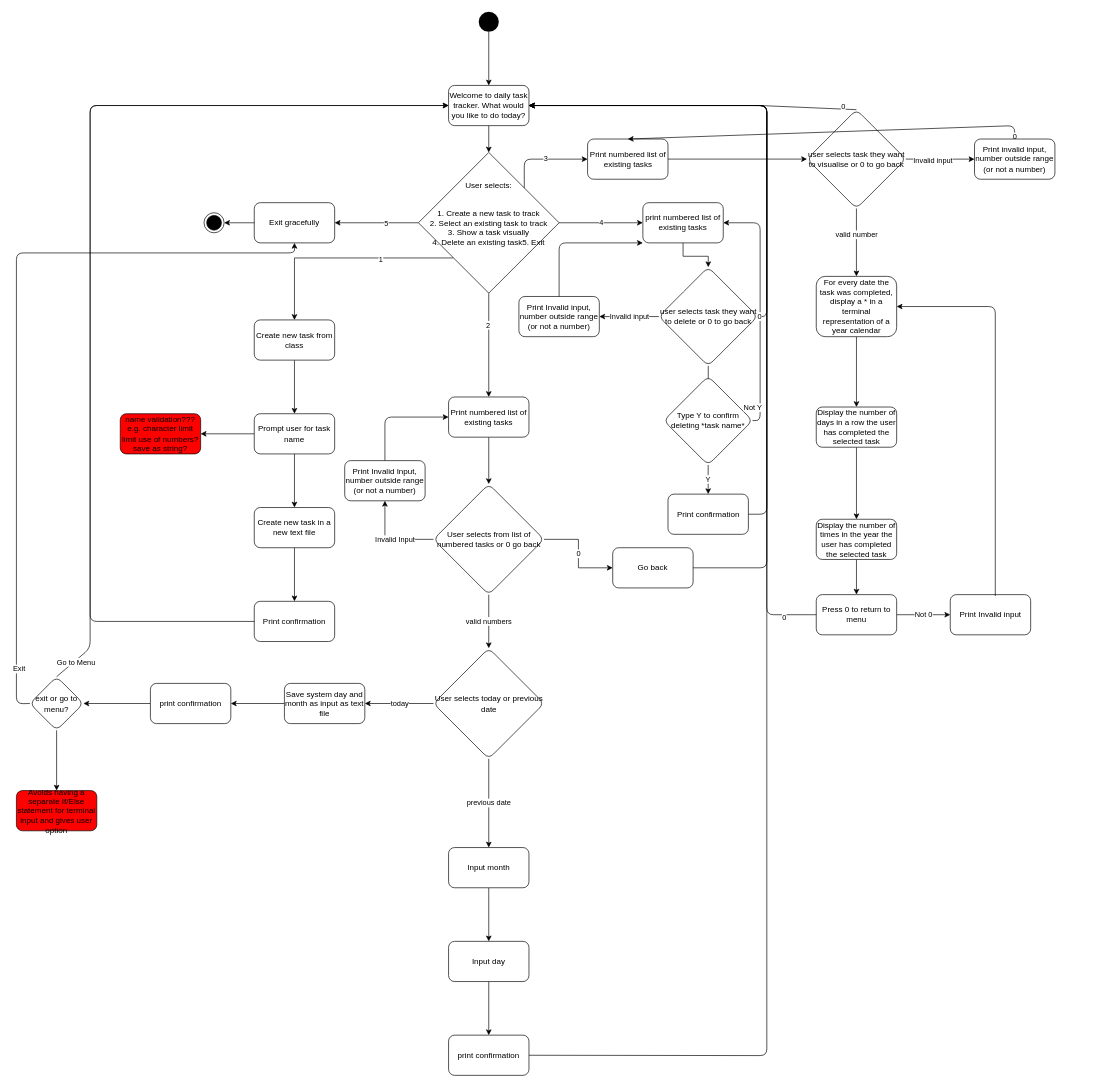
Earlier version of the draw.io diagram docs/terminal-app-control-flow.drawio (theandrewfulton/terminal-app). Source tidied: cells renumbered, new cells numbered last; positions are measured from the earlier drawing's top-left corner, leaving out a move shared by most shapes. Both pictures are drawn from the tidied source at 67%, with x=0, y=0 at pixel (16, 11).
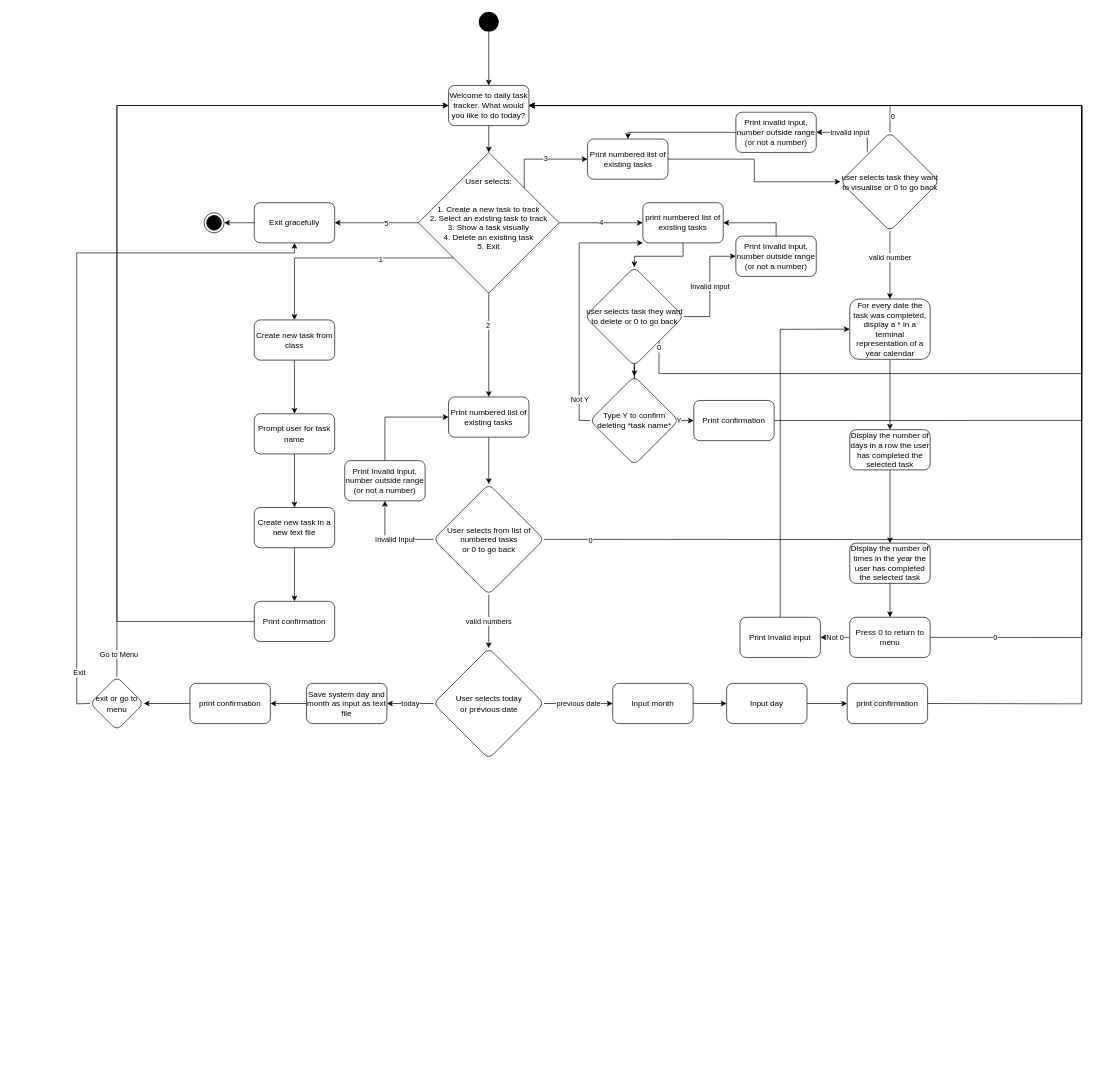
Above is the later version.

Commit message (it also covers changes not shown here):
add draft control flow diagram ready for feedback

Unchanged cells that the change refers to:
```xml
<mxCell id="10" value="Exit gracefully" style="whiteSpace=wrap;html=1;rounded=1;" parent="1" vertex="1">
  <mxGeometry x="355" y="285" width="120" height="60" as="geometry" />
</mxCell>
<mxCell id="14" value="print numbered list of existing tasks" style="whiteSpace=wrap;html=1;rounded=1;" parent="1" vertex="1">
  <mxGeometry x="935" y="285" width="120" height="60" as="geometry" />
</mxCell>
<mxCell id="16" value="Print numbered list of existing tasks" style="whiteSpace=wrap;html=1;rounded=1;" parent="1" vertex="1">
  <mxGeometry x="645" y="575" width="120" height="60" as="geometry" />
</mxCell>
<mxCell id="19" value="Welcome to daily task tracker. What would you like to do today?" style="rounded=1;whiteSpace=wrap;html=1;" parent="1" vertex="1">
  <mxGeometry x="645" y="110" width="120" height="60" as="geometry" />
</mxCell>
<mxCell id="25" value="Prompt user for task name" style="whiteSpace=wrap;html=1;rounded=1;" parent="1" vertex="1">
  <mxGeometry x="355" y="600" width="120" height="60" as="geometry" />
</mxCell>
<mxCell id="29" value="Print confirmation" style="whiteSpace=wrap;html=1;rounded=1;" parent="1" vertex="1">
  <mxGeometry x="355" y="880" width="120" height="60" as="geometry" />
</mxCell>
<mxCell id="38" value="Print Invalid Input, number outside range (or not a number)" style="whiteSpace=wrap;html=1;rounded=1;" parent="1" vertex="1">
  <mxGeometry x="490" y="670" width="120" height="60" as="geometry" />
</mxCell>
<mxCell id="73" value="Print numbered list of existing tasks" style="rounded=1;whiteSpace=wrap;html=1;fillColor=#ffffff;" parent="1" vertex="1">
  <mxGeometry x="852.5" y="190" width="120" height="60" as="geometry" />
</mxCell>
```

Change to the diagram source:
```diff
@@
-    <mxCell id="9" value="User selects:&#10;&#10;&#10;1. Create a new task to track&#10;2. Select an existing task to track&#10;3. Show a task visually&#10;4. Delete an existing task5. Exit&#10;&#10;" style="rhombus;" parent="1" vertex="1">
+    <mxCell id="9" value="User selects:&#10;&#10;&#10;1. Create a new task to track&#10;2. Select an existing task to track&#10;3. Show a task visually&#10;4. Delete an existing task&#10;5. Exit&#10;&#10;" style="rhombus;" parent="1" vertex="1">
       <mxGeometry x="600" y="210" width="210" height="210" as="geometry" />
     </mxCell>
@@
-    <mxCell id="23" style="edgeStyle=orthogonalEdgeStyle;rounded=0;jettySize=auto;html=1;" parent="1" edge="1" source="25" target="26">
-      <mxGeometry relative="1" as="geometry" />
-    </mxCell>
@@
-    <mxCell id="26" value="&lt;div&gt;name validation???&lt;/div&gt;&lt;div&gt;e.g. character limit&lt;br&gt;&lt;/div&gt;&lt;div&gt;limit use of numbers?&lt;/div&gt;&lt;div&gt;save as string?&lt;br&gt;&lt;/div&gt;" style="whiteSpace=wrap;html=1;rounded=1;fillColor=#FF0000;" parent="1" vertex="1">
-      <mxGeometry x="155" y="600" width="120" height="60" as="geometry" />
-    </mxCell>
@@
-    <mxCell id="30" style="endArrow=classic;html=1;exitX=0;exitY=0.5;exitDx=0;exitDy=0;entryX=0;entryY=0.5;entryDx=0;entryDy=0;" parent="1" edge="1" source="29" target="19">
+    <mxCell id="30" style="endArrow=classic;html=1;exitX=0;exitY=0.5;exitDx=0;exitDy=0;entryX=0;entryY=0.5;entryDx=0;entryDy=0;rounded=0;" parent="1" edge="1" source="29" target="19">
       <mxGeometry relative="1" as="geometry">
         <Array as="points">
-          <mxPoint x="110" y="910" />
-          <mxPoint x="110" y="140" />
+          <mxPoint x="150" y="910" />
+          <mxPoint x="150" y="140" />
         </Array>
       </mxGeometry>
     </mxCell>
-    <mxCell id="31" value="0" style="edgeStyle=orthogonalEdgeStyle;rounded=0;jettySize=auto;html=1;" parent="1" edge="1" source="35" target="36">
-      <mxGeometry relative="1" as="geometry" />
-    </mxCell>
@@
-    <mxCell id="35" value="User selects from list of numbered tasks or 0 go back" style="rhombus;whiteSpace=wrap;html=1;rounded=1;" parent="1" vertex="1">
+    <mxCell id="35" value="&lt;div&gt;User selects from list of numbered tasks&lt;/div&gt;&lt;div&gt;or 0 to go back&lt;/div&gt;" style="rhombus;whiteSpace=wrap;html=1;rounded=1;" parent="1" vertex="1">
       <mxGeometry x="622.5" y="705" width="165" height="165" as="geometry" />
     </mxCell>
-    <mxCell id="36" value="Go back" style="whiteSpace=wrap;html=1;rounded=1;" parent="1" vertex="1">
-      <mxGeometry x="890" y="800" width="120" height="60" as="geometry" />
-    </mxCell>
-    <mxCell id="37" style="endArrow=classic;html=1;exitX=1;exitY=0.5;exitDx=0;exitDy=0;entryX=1;entryY=0.5;entryDx=0;entryDy=0;" parent="1" edge="1" source="36" target="19">
+    <mxCell id="37" style="endArrow=classic;html=1;exitX=1;exitY=0.5;exitDx=0;exitDy=0;entryX=1;entryY=0.5;entryDx=0;entryDy=0;rounded=0;" parent="1" edge="1" source="35" target="19">
       <mxGeometry relative="1" as="geometry">
         <Array as="points">
-          <mxPoint x="1120" y="830" />
-          <mxPoint x="1120" y="788" />
-          <mxPoint x="1120" y="140" />
+          <mxPoint x="1590" y="788" />
+          <mxPoint x="1590" y="140" />
         </Array>
       </mxGeometry>
     </mxCell>
+    <mxCell id="95" value="0" style="edgeLabel;html=1;align=center;verticalAlign=middle;" parent="37" vertex="1">
+      <mxGeometry x="-0.94" y="-2" relative="1" as="geometry">
+        <mxPoint x="1" as="offset" />
+      </mxGeometry>
+    </mxCell>
@@
-    <mxCell id="39" style="endArrow=classic;html=1;exitX=0.5;exitY=0;exitDx=0;exitDy=0;entryX=0;entryY=0.5;entryDx=0;entryDy=0;" parent="1" edge="1" source="38" target="16">
+    <mxCell id="39" style="endArrow=classic;html=1;exitX=0.5;exitY=0;exitDx=0;exitDy=0;entryX=0;entryY=0.5;entryDx=0;entryDy=0;rounded=0;" parent="1" edge="1" source="38" target="16">
       <mxGeometry relative="1" as="geometry">
         <Array as="points">
           <mxPoint x="550" y="605" />
         </Array>
       </mxGeometry>
     </mxCell>
@@
-    <mxCell id="42" value="User selects today or previous date" style="rhombus;whiteSpace=wrap;html=1;rounded=1;" parent="1" vertex="1">
+    <mxCell id="42" value="&lt;div&gt;User selects today&lt;/div&gt;&lt;div&gt;or previous date&lt;/div&gt;" style="rhombus;whiteSpace=wrap;html=1;rounded=1;" parent="1" vertex="1">
       <mxGeometry x="622.5" y="950" width="165" height="165" as="geometry" />
     </mxCell>
@@
     <mxCell id="44" value="Save system day and month as input as text file" style="whiteSpace=wrap;html=1;rounded=1;" parent="1" vertex="1">
-      <mxGeometry x="400" y="1002.5" width="120" height="60" as="geometry" />
+      <mxGeometry x="433" y="1002.5" width="120" height="60" as="geometry" />
     </mxCell>
-    <mxCell id="45" style="edgeStyle=orthogonalEdgeStyle;rounded=0;jettySize=auto;html=1;" parent="1" edge="1" source="46" target="48">
+    <mxCell id="45" style="edgeStyle=orthogonalEdgeStyle;rounded=0;jettySize=auto;html=1;entryX=1;entryY=0.5;entryDx=0;entryDy=0;" parent="1" edge="1" source="46" target="48">
       <mxGeometry relative="1" as="geometry" />
     </mxCell>
     <mxCell id="46" value="print confirmation" style="whiteSpace=wrap;html=1;rounded=1;" parent="1" vertex="1">
-      <mxGeometry x="200" y="1002.5" width="120" height="60" as="geometry" />
+      <mxGeometry x="259" y="1002.5" width="120" height="60" as="geometry" />
     </mxCell>
-    <mxCell id="47" style="edgeStyle=orthogonalEdgeStyle;rounded=0;jettySize=auto;html=1;" parent="1" edge="1" source="48" target="52">
-      <mxGeometry relative="1" as="geometry" />
-    </mxCell>
-    <mxCell id="48" value="exit or go to menu?" style="rhombus;whiteSpace=wrap;html=1;rounded=1;" parent="1" vertex="1">
-      <mxGeometry x="20" y="992.5" width="80" height="80" as="geometry" />
+    <mxCell id="48" value="exit or go to menu" style="rhombus;whiteSpace=wrap;html=1;rounded=1;" parent="1" vertex="1">
+      <mxGeometry x="110" y="992.5" width="80" height="80" as="geometry" />
     </mxCell>
-    <mxCell id="49" style="endArrow=classic;html=1;exitX=0;exitY=0.5;exitDx=0;exitDy=0;entryX=0.5;entryY=1;entryDx=0;entryDy=0;" parent="1" edge="1" source="48" target="10">
+    <mxCell id="49" style="endArrow=classic;html=1;exitX=0;exitY=0.5;exitDx=0;exitDy=0;entryX=0.5;entryY=1;entryDx=0;entryDy=0;rounded=0;" parent="1" edge="1" source="48" target="10">
       <mxGeometry relative="1" as="geometry">
         <Array as="points">
-          <mxPoint y="1033" />
-          <mxPoint y="360" />
+          <mxPoint x="90" y="1033" />
+          <mxPoint x="90" y="360" />
           <mxPoint x="415" y="360" />
         </Array>
       </mxGeometry>
     </mxCell>
@@
-    <mxCell id="51" value="&lt;div&gt;Go to Menu&lt;/div&gt;" style="endArrow=classic;html=1;exitX=0.5;exitY=0;exitDx=0;exitDy=0;entryX=0;entryY=0.5;entryDx=0;entryDy=0;" parent="1" edge="1" source="48" target="19">
+    <mxCell id="51" value="&lt;div&gt;Go to Menu&lt;/div&gt;" style="endArrow=classic;html=1;exitX=0.5;exitY=0;exitDx=0;exitDy=0;entryX=0;entryY=0.5;entryDx=0;entryDy=0;rounded=0;" parent="1" edge="1" source="48" target="19">
       <mxGeometry x="-0.95" y="-2" relative="1" as="geometry">
         <Array as="points">
-          <mxPoint x="110" y="950" />
-          <mxPoint x="110" y="140" />
+          <mxPoint x="150" y="140" />
         </Array>
         <mxPoint x="1" as="offset" />
       </mxGeometry>
     </mxCell>
-    <mxCell id="52" value="Avoids having a separate If/Else statement for terminal input and gives user option" style="whiteSpace=wrap;html=1;rounded=1;fillColor=#FF0000;" parent="1" vertex="1">
-      <mxGeometry y="1162.5" width="120" height="60" as="geometry" />
-    </mxCell>
@@
     <mxCell id="54" value="Input month" style="whiteSpace=wrap;html=1;rounded=1;" parent="1" vertex="1">
-      <mxGeometry x="645" y="1247.5" width="120" height="60" as="geometry" />
+      <mxGeometry x="890" y="1002.5" width="120" height="60" as="geometry" />
     </mxCell>
@@
     <mxCell id="56" value="Input day" style="whiteSpace=wrap;html=1;rounded=1;" parent="1" vertex="1">
-      <mxGeometry x="645" y="1387.5" width="120" height="60" as="geometry" />
+      <mxGeometry x="1060" y="1002.5" width="120" height="60" as="geometry" />
     </mxCell>
     <mxCell id="57" value="print confirmation" style="whiteSpace=wrap;html=1;rounded=1;" parent="1" vertex="1">
-      <mxGeometry x="645" y="1527.5" width="120" height="60" as="geometry" />
+      <mxGeometry x="1240" y="1002.5" width="120" height="60" as="geometry" />
     </mxCell>
-    <mxCell id="58" style="endArrow=classic;html=1;exitX=1;exitY=0.5;exitDx=0;exitDy=0;entryX=1;entryY=0.5;entryDx=0;entryDy=0;" parent="1" edge="1" source="57" target="19">
+    <mxCell id="58" style="endArrow=classic;html=1;exitX=1;exitY=0.5;exitDx=0;exitDy=0;entryX=1;entryY=0.5;entryDx=0;entryDy=0;rounded=0;" parent="1" edge="1" source="57" target="19">
       <mxGeometry relative="1" as="geometry">
         <Array as="points">
-          <mxPoint x="1120" y="1558" />
-          <mxPoint x="1120" y="140" />
+          <mxPoint x="1590" y="1033" />
+          <mxPoint x="1590" y="140" />
         </Array>
       </mxGeometry>
     </mxCell>
@@
     <mxCell id="61" value="user selects task they want to delete or 0 to go back" style="rhombus;whiteSpace=wrap;html=1;rounded=1;" parent="1" vertex="1">
-      <mxGeometry x="958.8" y="381.2" width="147.5" height="147.5" as="geometry" />
+      <mxGeometry x="848.5" y="381.2" width="147.5" height="147.5" as="geometry" />
     </mxCell>
     <mxCell id="62" value="Print Invalid input, number outside range (or not a number)" style="whiteSpace=wrap;html=1;rounded=1;" parent="1" vertex="1">
-      <mxGeometry x="750" y="425" width="120" height="60" as="geometry" />
+      <mxGeometry x="1073.8" y="335" width="120" height="60" as="geometry" />
     </mxCell>
-    <mxCell id="63" style="endArrow=classic;html=1;exitX=0.5;exitY=0;exitDx=0;exitDy=0;entryX=0;entryY=1;entryDx=0;entryDy=0;" parent="1" edge="1" source="62" target="14">
+    <mxCell id="63" style="endArrow=classic;html=1;exitX=0.5;exitY=0;exitDx=0;exitDy=0;entryX=1;entryY=0.5;entryDx=0;entryDy=0;rounded=0;" parent="1" edge="1" source="62" target="14">
       <mxGeometry relative="1" as="geometry">
         <Array as="points">
-          <mxPoint x="810" y="345" />
+          <mxPoint x="1134" y="315" />
         </Array>
       </mxGeometry>
     </mxCell>
     <mxCell id="64" value="Type Y to confirm deleting *task name*" style="rhombus;whiteSpace=wrap;html=1;rounded=1;" parent="1" vertex="1">
-      <mxGeometry x="966.2" y="544" width="132.5" height="132.5" as="geometry" />
+      <mxGeometry x="856" y="544" width="132.5" height="132.5" as="geometry" />
     </mxCell>
     <mxCell id="65" value="Print confirmation" style="rounded=1;whiteSpace=wrap;html=1;" parent="1" vertex="1">
-      <mxGeometry x="972.5" y="720" width="120" height="60" as="geometry" />
+      <mxGeometry x="1011" y="580.2" width="120" height="60" as="geometry" />
     </mxCell>
-    <mxCell id="66" value="Y" style="endArrow=classic;html=1;exitX=0.5;exitY=1;exitDx=0;exitDy=0;entryX=0.5;entryY=0;entryDx=0;entryDy=0;" parent="1" edge="1" source="64" target="65">
-      <mxGeometry relative="1" as="geometry" />
+    <mxCell id="66" value="Y" style="endArrow=classic;html=1;exitX=1;exitY=0.5;exitDx=0;exitDy=0;entryX=0;entryY=0.5;entryDx=0;entryDy=0;" parent="1" edge="1" source="64" target="65">
+      <mxGeometry x="-1" relative="1" as="geometry" />
     </mxCell>
-    <mxCell id="67" style="endArrow=classic;html=1;exitX=1;exitY=0.5;exitDx=0;exitDy=0;entryX=1;entryY=0.5;entryDx=0;entryDy=0;" parent="1" edge="1" source="65" target="19">
+    <mxCell id="67" style="endArrow=classic;html=1;exitX=1;exitY=0.5;exitDx=0;exitDy=0;entryX=1;entryY=0.5;entryDx=0;entryDy=0;rounded=0;" parent="1" edge="1" source="65" target="19">
       <mxGeometry relative="1" as="geometry">
         <Array as="points">
-          <mxPoint x="1120" y="750" />
-          <mxPoint x="1120" y="140" />
+          <mxPoint x="1590" y="610" />
+          <mxPoint x="1590" y="140" />
         </Array>
       </mxGeometry>
     </mxCell>
-    <mxCell id="68" style="endArrow=classic;html=1;exitX=1;exitY=0.5;exitDx=0;exitDy=0;entryX=1;entryY=0.5;entryDx=0;entryDy=0;" parent="1" edge="1" source="64" target="14">
+    <mxCell id="68" style="endArrow=classic;html=1;exitX=0;exitY=0.5;exitDx=0;exitDy=0;entryX=0;entryY=1;entryDx=0;entryDy=0;rounded=0;" parent="1" edge="1" source="64" target="14">
       <mxGeometry relative="1" as="geometry">
         <Array as="points">
-          <mxPoint x="1110" y="610" />
-          <mxPoint x="1110" y="315" />
+          <mxPoint x="840" y="610" />
+          <mxPoint x="840" y="345" />
         </Array>
       </mxGeometry>
     </mxCell>
     <mxCell id="69" value="&lt;div&gt;Not Y&lt;/div&gt;" style="edgeLabel;html=1;align=center;verticalAlign=middle;" parent="68" vertex="1">
       <mxGeometry x="-0.64" relative="1" as="geometry">
-        <mxPoint x="-11.2" y="33.8" as="offset" />
+        <mxPoint y="20" as="offset" />
       </mxGeometry>
     </mxCell>
-    <mxCell id="70" style="endArrow=classic;html=1;entryX=0;entryY=0.5;entryDx=0;entryDy=0;" parent="1" edge="1" target="73">
+    <mxCell id="70" style="endArrow=classic;html=1;entryX=0;entryY=0.5;entryDx=0;entryDy=0;rounded=0;" parent="1" edge="1" target="73">
       <mxGeometry relative="1" as="geometry">
         <mxPoint x="758" y="263" as="sourcePoint" />
         <Array as="points">
           <mxPoint x="758" y="220" />
         </Array>
       </mxGeometry>
     </mxCell>
@@
     <mxCell id="76" value="user selects task they want to visualise or 0 to go back" style="rhombus;whiteSpace=wrap;html=1;rounded=1;" parent="1" vertex="1">
-      <mxGeometry x="1180" y="146.2" width="147.5" height="147.5" as="geometry" />
+      <mxGeometry x="1230" y="180" width="147.5" height="147.5" as="geometry" />
     </mxCell>
-    <mxCell id="77" value="0" style="endArrow=classic;html=1;exitX=0.5;exitY=0;exitDx=0;exitDy=0;entryX=0.5;entryY=0;entryDx=0;entryDy=0;" parent="1" edge="1" source="87" target="73">
-      <mxGeometry x="-0.99" relative="1" as="geometry">
-        <Array as="points">
-          <mxPoint x="1490" y="170" />
-        </Array>
-      </mxGeometry>
-    </mxCell>
-    <mxCell id="78" value="0" style="endArrow=classic;html=1;exitX=0.5;exitY=0;exitDx=0;exitDy=0;entryX=1;entryY=0.5;entryDx=0;entryDy=0;" parent="1" edge="1" source="76" target="19">
+    <mxCell id="78" value="0" style="endArrow=classic;html=1;exitX=0.5;exitY=0;exitDx=0;exitDy=0;entryX=1;entryY=0.5;entryDx=0;entryDy=0;rounded=0;" parent="1" edge="1" source="76" target="19">
       <mxGeometry x="-0.92" y="-4" relative="1" as="geometry">
         <Array as="points">
-          <mxPoint x="1110" y="140" />
+          <mxPoint x="1304" y="140" />
         </Array>
       </mxGeometry>
     </mxCell>
@@
     <mxCell id="80" value="&lt;div&gt;For every date the task was completed, display a * in a terminal representation of a year calendar&lt;/div&gt;" style="rounded=1;whiteSpace=wrap;html=1;fillColor=#ffffff;" parent="1" vertex="1">
-      <mxGeometry x="1193.8" y="395" width="120" height="90" as="geometry" />
+      <mxGeometry x="1243.8" y="428.8" width="120" height="90" as="geometry" />
     </mxCell>
@@
     <mxCell id="82" value="Display the number of days in a row the user has completed the selected task" style="whiteSpace=wrap;html=1;rounded=1;" parent="1" vertex="1">
-      <mxGeometry x="1193.8" y="590" width="120" height="60" as="geometry" />
+      <mxGeometry x="1243.8" y="623.8" width="120" height="60" as="geometry" />
     </mxCell>
@@
     <mxCell id="84" value="Display the number of times in the year the user has completed the selected task" style="whiteSpace=wrap;html=1;rounded=1;" parent="1" vertex="1">
-      <mxGeometry x="1193.8" y="757.5" width="120" height="60" as="geometry" />
+      <mxGeometry x="1243.8" y="793.2" width="120" height="60" as="geometry" />
     </mxCell>
@@
     <mxCell id="86" value="Press 0 to return to menu" style="whiteSpace=wrap;html=1;rounded=1;" parent="1" vertex="1">
-      <mxGeometry x="1193.8" y="870" width="120" height="60" as="geometry" />
+      <mxGeometry x="1243.8" y="903.8" width="120" height="60" as="geometry" />
     </mxCell>
     <mxCell id="87" value="Print invalid input, number outside range (or not a number)" style="rounded=1;whiteSpace=wrap;html=1;fillColor=#ffffff;" parent="1" vertex="1">
-      <mxGeometry x="1430" y="190" width="120" height="60" as="geometry" />
+      <mxGeometry x="1073.8" y="150" width="120" height="60" as="geometry" />
     </mxCell>
-    <mxCell id="88" value="0" style="endArrow=classic;html=1;exitX=1;exitY=0.5;exitDx=0;exitDy=0;entryX=1;entryY=0.5;entryDx=0;entryDy=0;" parent="1" edge="1" source="61" target="19">
+    <mxCell id="88" value="0" style="endArrow=classic;html=1;exitX=1;exitY=1;exitDx=0;exitDy=0;entryX=1;entryY=0.5;entryDx=0;entryDy=0;rounded=0;" parent="1" edge="1" source="61" target="19">
       <mxGeometry x="-0.99" relative="1" as="geometry">
         <Array as="points">
-          <mxPoint x="1120" y="455" />
-          <mxPoint x="1120" y="140" />
+          <mxPoint x="959" y="540" />
+          <mxPoint x="1590" y="540" />
+          <mxPoint x="1590" y="140" />
         </Array>
       </mxGeometry>
     </mxCell>
-    <mxCell id="89" style="endArrow=classic;html=1;exitX=1;exitY=0.5;exitDx=0;exitDy=0;entryX=0;entryY=0.5;entryDx=0;entryDy=0;" parent="1" edge="1" source="76" target="87">
-      <mxGeometry relative="1" as="geometry" />
+    <mxCell id="89" style="endArrow=classic;html=1;entryX=1;entryY=0.5;entryDx=0;entryDy=0;rounded=0;" parent="1" edge="1" target="87">
+      <mxGeometry relative="1" as="geometry">
+        <mxPoint x="1270" y="210" as="sourcePoint" />
+        <Array as="points">
+          <mxPoint x="1270" y="180" />
+        </Array>
+      </mxGeometry>
     </mxCell>
     <mxCell id="90" value="Invalid input" style="edgeLabel;html=1;align=center;verticalAlign=middle;" parent="89" vertex="1">
       <mxGeometry x="-0.23" y="-2" relative="1" as="geometry">
-        <mxPoint x="1" as="offset" />
+        <mxPoint x="-15.2" y="2" as="offset" />
       </mxGeometry>
     </mxCell>
     <mxCell id="91" value="Print Invalid input" style="whiteSpace=wrap;html=1;rounded=1;" parent="1" vertex="1">
-      <mxGeometry x="1393.8" y="870" width="120" height="60" as="geometry" />
+      <mxGeometry x="1080" y="903.8" width="120" height="60" as="geometry" />
     </mxCell>
-    <mxCell id="92" style="endArrow=classic;html=1;exitX=0.56;exitY=0.033;exitDx=0;exitDy=0;exitPerimeter=0;entryX=1;entryY=0.5;entryDx=0;entryDy=0;" parent="1" edge="1" source="91" target="80">
+    <mxCell id="92" style="endArrow=classic;html=1;exitX=0.5;exitY=0;exitDx=0;exitDy=0;entryX=0;entryY=0.5;entryDx=0;entryDy=0;rounded=0;" parent="1" edge="1" source="91" target="80">
       <mxGeometry relative="1" as="geometry">
         <Array as="points">
-          <mxPoint x="1461" y="440" />
+          <mxPoint x="1140" y="474" />
         </Array>
       </mxGeometry>
     </mxCell>
-    <mxCell id="93" style="endArrow=classic;html=1;exitX=0;exitY=0.5;exitDx=0;exitDy=0;entryX=1;entryY=0.5;entryDx=0;entryDy=0;" parent="1" edge="1" source="86" target="19">
+    <mxCell id="93" style="endArrow=classic;html=1;exitX=1;exitY=0.5;exitDx=0;exitDy=0;entryX=1;entryY=0.5;entryDx=0;entryDy=0;rounded=0;" parent="1" edge="1" source="86" target="19">
       <mxGeometry relative="1" as="geometry">
         <Array as="points">
-          <mxPoint x="1120" y="900" />
-          <mxPoint x="1120" y="140" />
+          <mxPoint x="1590" y="934" />
+          <mxPoint x="1590" y="140" />
         </Array>
       </mxGeometry>
     </mxCell>
     <mxCell id="94" value="0" style="edgeLabel;html=1;align=center;verticalAlign=middle;" parent="93" vertex="1">
-      <mxGeometry x="-0.92" y="4" relative="1" as="geometry" />
+      <mxGeometry x="-0.92" y="4" relative="1" as="geometry">
+        <mxPoint x="22.2" y="3.9" as="offset" />
+      </mxGeometry>
     </mxCell>
+    <mxCell id="77" style="endArrow=classic;html=1;exitX=0;exitY=0.5;exitDx=0;exitDy=0;entryX=0.5;entryY=0;entryDx=0;entryDy=0;rounded=0;" parent="1" edge="1" source="87" target="73">
+      <mxGeometry relative="1" as="geometry">
+        <Array as="points">
+          <mxPoint x="913" y="180" />
+        </Array>
+      </mxGeometry>
+    </mxCell>
```
